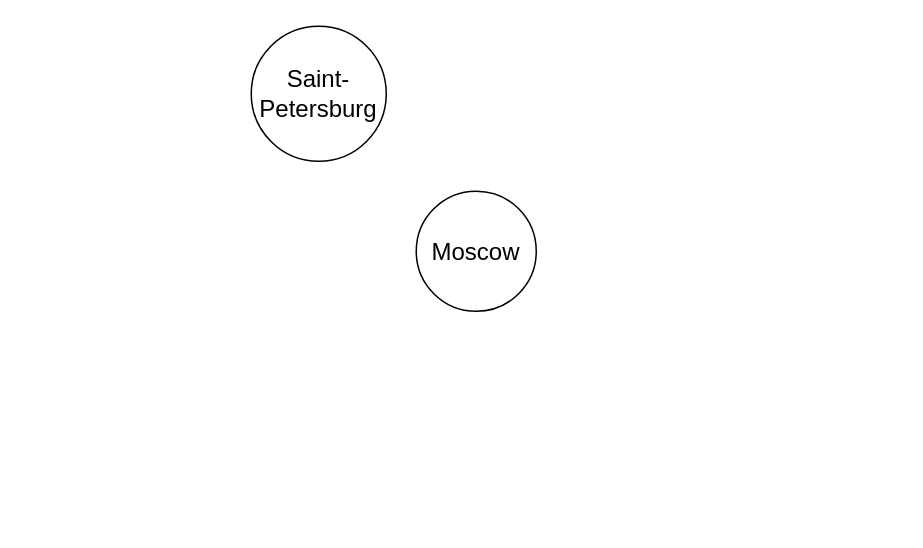
This is Untitled Diagram.drawio from DMfananddu/DSM, a draw.io file, before an edit. Source tidied: cells renumbered, new cells numbered last; positions are measured from the earlier drawing's top-left corner, leaving out a move shared by most shapes. Both pictures are drawn from the tidied source at 150%, with x=0, y=0 at pixel (250, 26).
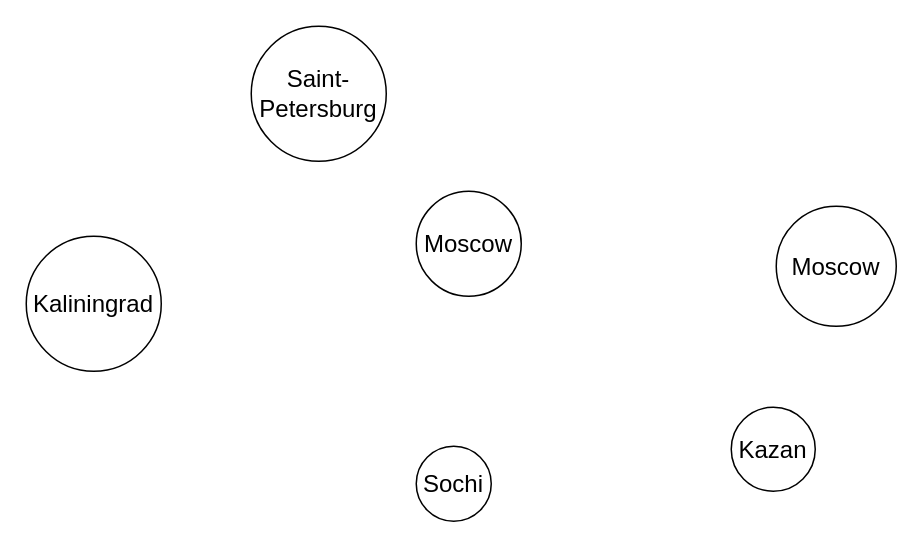
After the change.

Change to the diagram source:
```diff
@@
 <mxGraphModel>
   <root>
     <mxCell id="0" />
     <mxCell id="1" parent="0" />
     <mxCell id="2" value="&lt;font style=&quot;font-size: 16px&quot;&gt;Moscow&lt;/font&gt;" style="ellipse;whiteSpace=wrap;html=1;" parent="1" vertex="1">
-      <mxGeometry x="110" y="110" width="80" height="80" as="geometry" />
+      <mxGeometry x="110" y="110" width="70" height="70" as="geometry" />
     </mxCell>
     <mxCell id="3" value="&lt;font style=&quot;font-size: 16px&quot;&gt;Saint-Petersburg&lt;/font&gt;" style="ellipse;whiteSpace=wrap;html=1;" parent="1" vertex="1">
       <mxGeometry width="90" height="90" as="geometry" />
     </mxCell>
+    <mxCell id="4" value="&lt;span style=&quot;font-size: 16px&quot;&gt;Sochi&lt;/span&gt;" style="ellipse;whiteSpace=wrap;html=1;" parent="1" vertex="1">
+      <mxGeometry x="110" y="280" width="50" height="50" as="geometry" />
+    </mxCell>
+    <mxCell id="5" value="&lt;font style=&quot;font-size: 16px&quot;&gt;Moscow&lt;/font&gt;" style="ellipse;whiteSpace=wrap;html=1;" parent="1" vertex="1">
+      <mxGeometry x="350" y="120" width="80" height="80" as="geometry" />
+    </mxCell>
+    <mxCell id="6" value="&lt;font style=&quot;font-size: 16px&quot;&gt;Kaliningrad&lt;/font&gt;" style="ellipse;whiteSpace=wrap;html=1;" parent="1" vertex="1">
+      <mxGeometry x="-150" y="140" width="90" height="90" as="geometry" />
+    </mxCell>
+    <mxCell id="7" value="&lt;font style=&quot;font-size: 16px&quot;&gt;Kazan&lt;/font&gt;" style="ellipse;whiteSpace=wrap;html=1;" parent="1" vertex="1">
+      <mxGeometry x="320" y="254" width="56" height="56" as="geometry" />
+    </mxCell>
   </root>
 </mxGraphModel>
```
